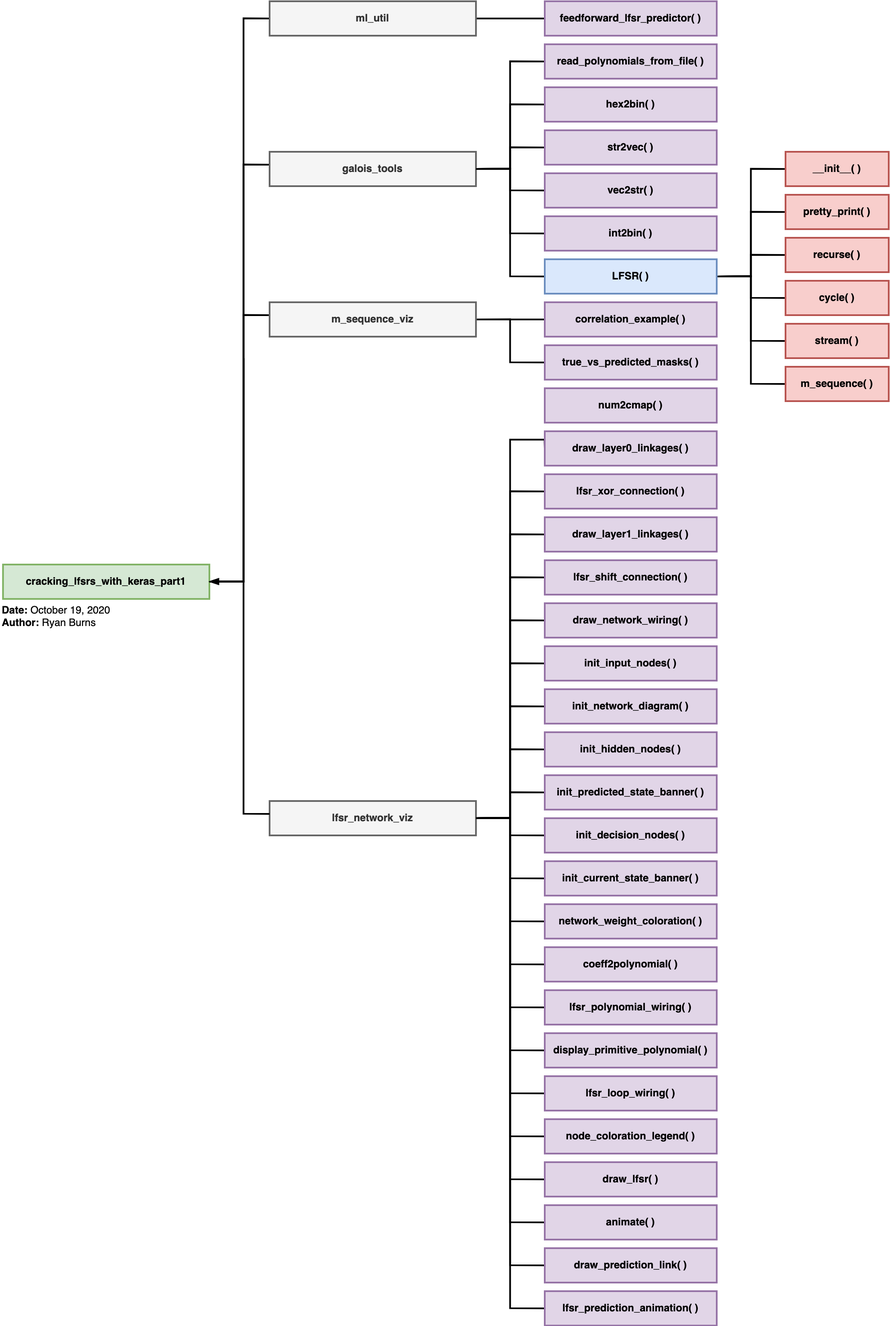
Earlier version of the draw.io export repo_organization.png (ryburns83/linear_feedback_shift_register). Source tidied: cells renumbered, new cells last; positions are measured from the earlier drawing's top-left corner, leaving out a move shared by most shapes.
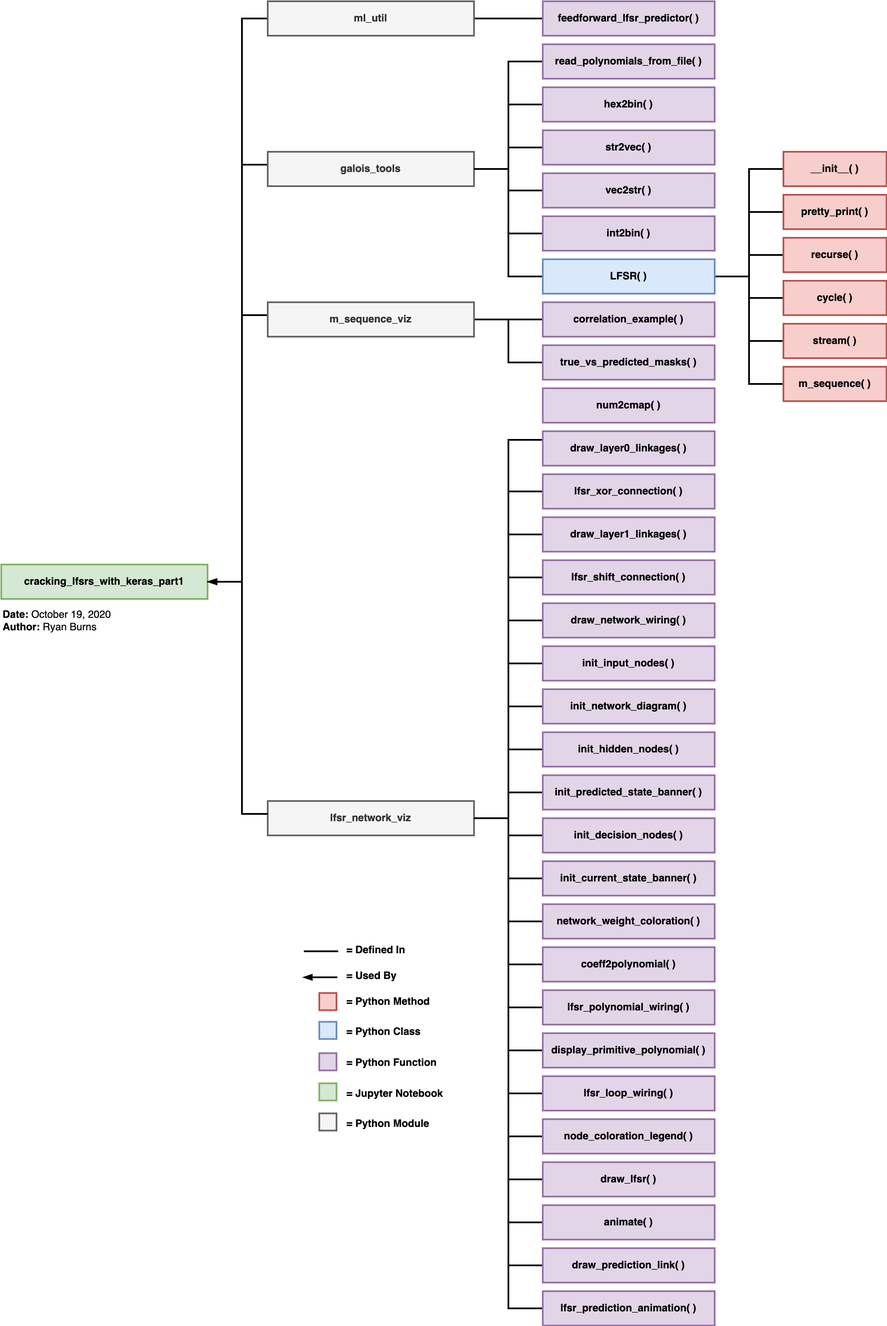
The same file after the commit.

Commit message:
added legend to directory map

Change to the diagram source:
```diff
@@ -345,7 +345,69 @@
       <mxGeometry x="633" width="200" height="40" as="geometry" />
     </mxCell>
     <mxCell id="86" value="&lt;div&gt;&lt;b&gt;Date: &lt;/b&gt;October 19, 2020&lt;/div&gt;&lt;div&gt;&lt;b&gt;Author: &lt;/b&gt;Ryan Burns&lt;br&gt;&lt;/div&gt;" style="text;whiteSpace=wrap;html=1;" parent="1" vertex="1">
-      <mxGeometry y="695" width="200" height="40" as="geometry" />
+      <mxGeometry x="3" y="700" width="200" height="40" as="geometry" />
     </mxCell>
+    <mxCell id="87" style="group;" parent="1" vertex="1">
+      <mxGeometry x="363" y="1090" width="170" height="226.5" as="geometry" />
+    </mxCell>
+    <mxCell id="88" style="group;" parent="87" vertex="1">
+      <mxGeometry y="60" width="158" height="166.5" as="geometry" />
+    </mxCell>
+    <mxCell id="89" style="rounded=0;whiteSpace=wrap;html=1;align=center;fillColor=#d5e8d4;strokeColor=#82b366;fontStyle=1;strokeWidth=2;" parent="88" vertex="1">
+      <mxGeometry x="10" y="108.2" width="20" height="20" as="geometry" />
+    </mxCell>
+    <mxCell id="90" value="= Jupyter Notebook" style="text;whiteSpace=wrap;html=1;fontStyle=1;" parent="88" vertex="1">
+      <mxGeometry x="40" y="107" width="130" height="20" as="geometry" />
+    </mxCell>
+    <mxCell id="91" value="= Python Module" style="text;whiteSpace=wrap;html=1;fontStyle=1;" parent="88" vertex="1">
+      <mxGeometry x="40" y="141.5" width="130" height="25" as="geometry" />
+    </mxCell>
+    <mxCell id="92" style="rounded=0;whiteSpace=wrap;html=1;align=center;fillColor=#f5f5f5;strokeColor=#666666;fontStyle=1;strokeWidth=2;fontColor=#333333;" parent="88" vertex="1">
+      <mxGeometry x="10" y="143.2" width="20" height="20" as="geometry" />
+    </mxCell>
+    <mxCell id="93" style="rounded=0;whiteSpace=wrap;html=1;align=center;fillColor=#e1d5e7;strokeColor=#9673a6;fontStyle=1;strokeWidth=2;" parent="88" vertex="1">
+      <mxGeometry x="10" y="73.2" width="20" height="20" as="geometry" />
+    </mxCell>
+    <mxCell id="94" value="= Python Function" style="text;whiteSpace=wrap;html=1;fontStyle=1;" parent="88" vertex="1">
+      <mxGeometry x="40" y="71" width="130" height="20" as="geometry" />
+    </mxCell>
+    <mxCell id="95" style="rounded=0;whiteSpace=wrap;html=1;align=center;fillColor=#f8cecc;strokeColor=#b85450;fontStyle=1;strokeWidth=2;" parent="88" vertex="1">
+      <mxGeometry x="10" y="3.2" width="20" height="20" as="geometry" />
+    </mxCell>
+    <mxCell id="96" value="= Python Method" style="text;whiteSpace=wrap;html=1;fontStyle=1;" parent="88" vertex="1">
+      <mxGeometry x="40" width="130" height="20" as="geometry" />
+    </mxCell>
+    <mxCell id="97" style="rounded=0;whiteSpace=wrap;html=1;align=center;fillColor=#dae8fc;strokeColor=#6c8ebf;fontStyle=1;strokeWidth=2;" parent="88" vertex="1">
+      <mxGeometry x="10" y="36.8" width="20" height="20" as="geometry" />
+    </mxCell>
+    <mxCell id="98" value="= Python Class" style="text;whiteSpace=wrap;html=1;fontStyle=1;" parent="88" vertex="1">
+      <mxGeometry x="40" y="35" width="130" height="20" as="geometry" />
+    </mxCell>
+    <mxCell id="99" style="edgeStyle=orthogonalEdgeStyle;rounded=0;orthogonalLoop=1;jettySize=auto;html=1;fillColor=#f5f5f5;endArrow=blockThin;endFill=1;strokeWidth=2;" parent="87" edge="1">
+      <mxGeometry relative="1" as="geometry">
+        <mxPoint x="21" y="45" as="sourcePoint" />
+        <mxPoint x="-9" y="45" as="targetPoint" />
+        <Array as="points">
+          <mxPoint x="31" y="45" />
+          <mxPoint x="31" y="45" />
+        </Array>
+      </mxGeometry>
+    </mxCell>
+    <mxCell id="100" value="= Used By" style="text;whiteSpace=wrap;html=1;fontStyle=1;" parent="87" vertex="1">
+      <mxGeometry x="40" y="30" width="130" height="20" as="geometry" />
+    </mxCell>
+    <mxCell id="101" style="edgeStyle=orthogonalEdgeStyle;rounded=0;orthogonalLoop=1;jettySize=auto;html=1;fillColor=#f5f5f5;endArrow=none;endFill=0;strokeWidth=2;" parent="87" edge="1">
+      <mxGeometry relative="1" as="geometry">
+        <mxPoint x="22" y="14.7" as="sourcePoint" />
+        <mxPoint x="-8" y="14.7" as="targetPoint" />
+        <Array as="points">
+          <mxPoint x="32" y="14.7" />
+          <mxPoint x="32" y="14.7" />
+        </Array>
+      </mxGeometry>
+    </mxCell>
+    <mxCell id="102" value="= Defined In" style="text;whiteSpace=wrap;html=1;fontStyle=1;" parent="87" vertex="1">
+      <mxGeometry x="40" width="130" height="20" as="geometry" />
+    </mxCell>
   </root>
 </mxGraphModel>
```
